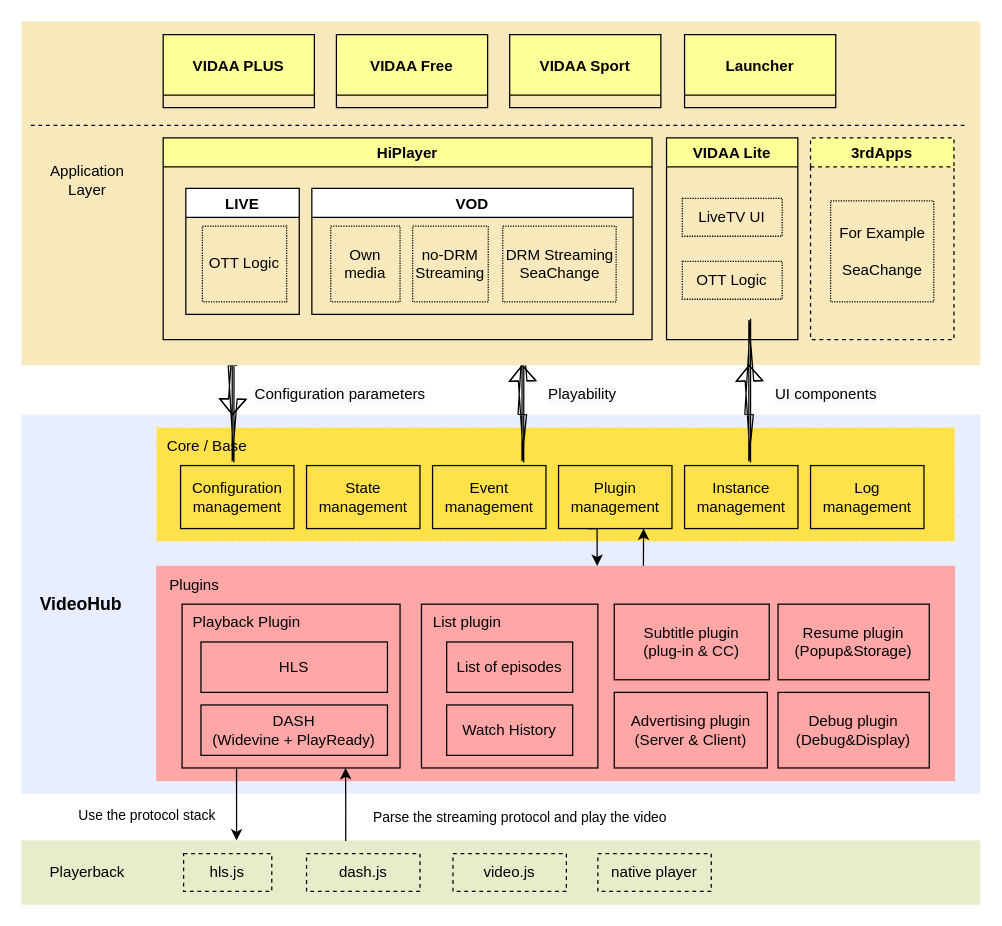
Before: page "Architecture C2" (3 of 5) of VideoHub_SDK.drawio in LeeDebug/drawio, a draw.io diagram. Source tidied: cells renumbered, new cells numbered last; positions are measured from the earlier drawing's top-left corner, leaving out a move shared by most shapes. Both pictures are drawn from the tidied source at 126%, with x=0, y=0 at pixel (21, 21).
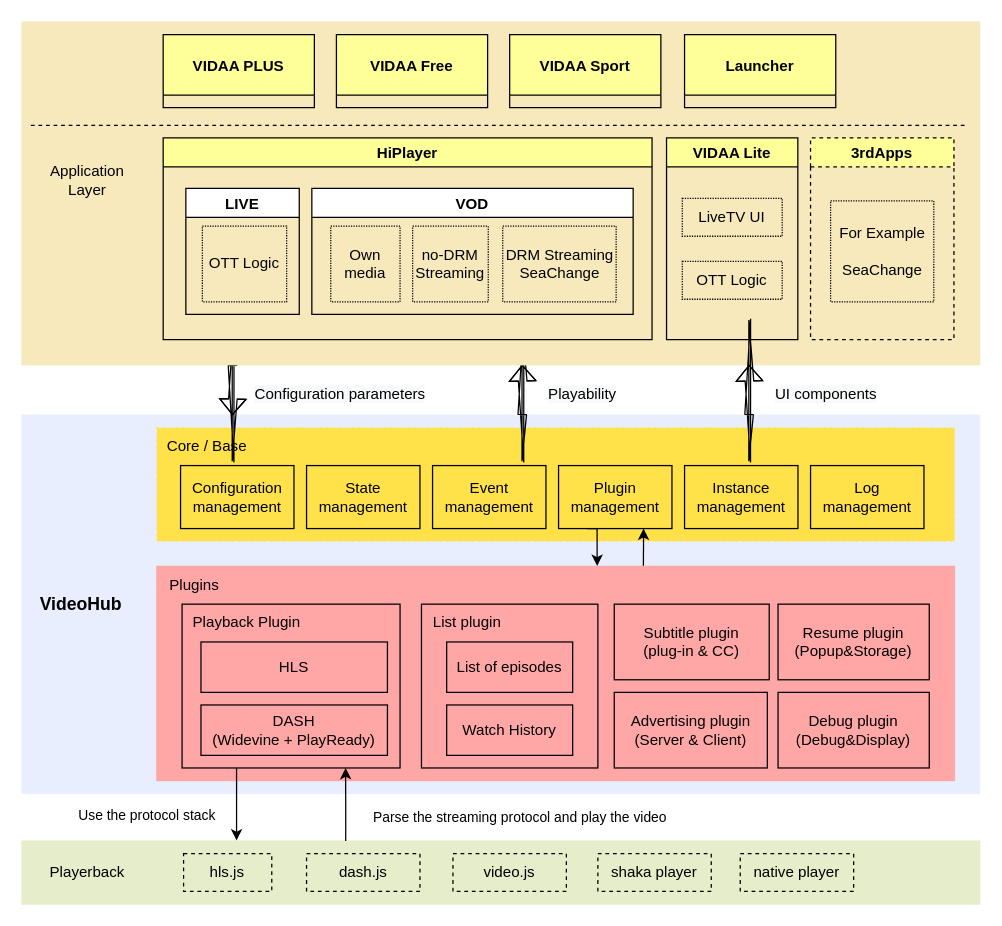
The same diagram, later.

The edit, as a diff of the source:
```diff
@@
-    <mxCell id="62" value="native player" style="rounded=0;whiteSpace=wrap;html=1;dashed=1;fillColor=none;" parent="1" vertex="1">
+    <mxCell id="62" value="shaka player" style="rounded=0;whiteSpace=wrap;html=1;dashed=1;fillColor=none;" parent="1" vertex="1">
       <mxGeometry x="457" y="660" width="90" height="30" as="geometry" />
     </mxCell>
+    <mxCell id="63" value="native player" style="rounded=0;whiteSpace=wrap;html=1;dashed=1;fillColor=none;" parent="1" vertex="1">
+      <mxGeometry x="570" y="660" width="90" height="30" as="geometry" />
+    </mxCell>
```
